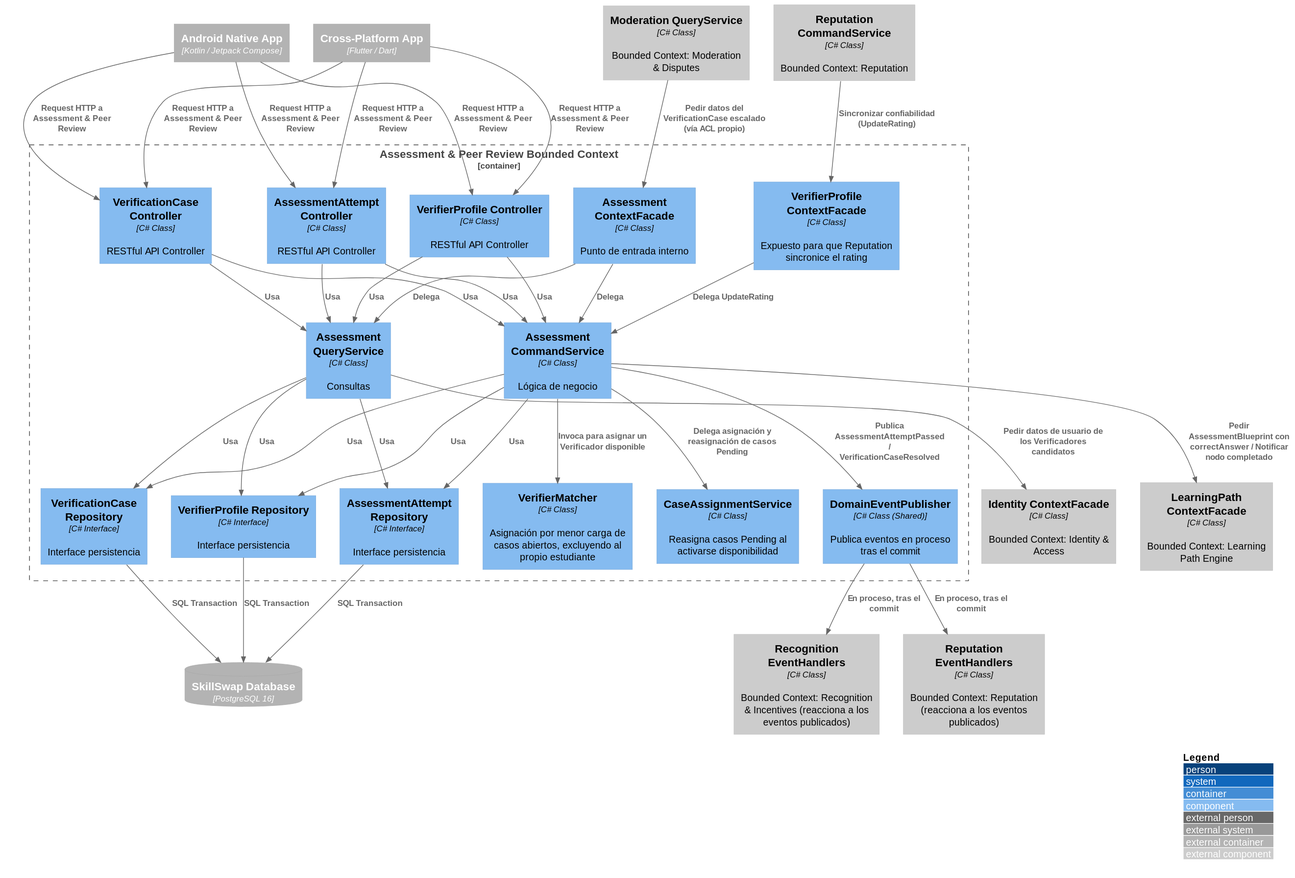
Aplicaciones-Dispositivos-Moviles/SkillSwap-ProjectReport keeps this PlantUML diagram as images-doc/AssessmentPeerReviewComponent.svg. Above is the earlier version.
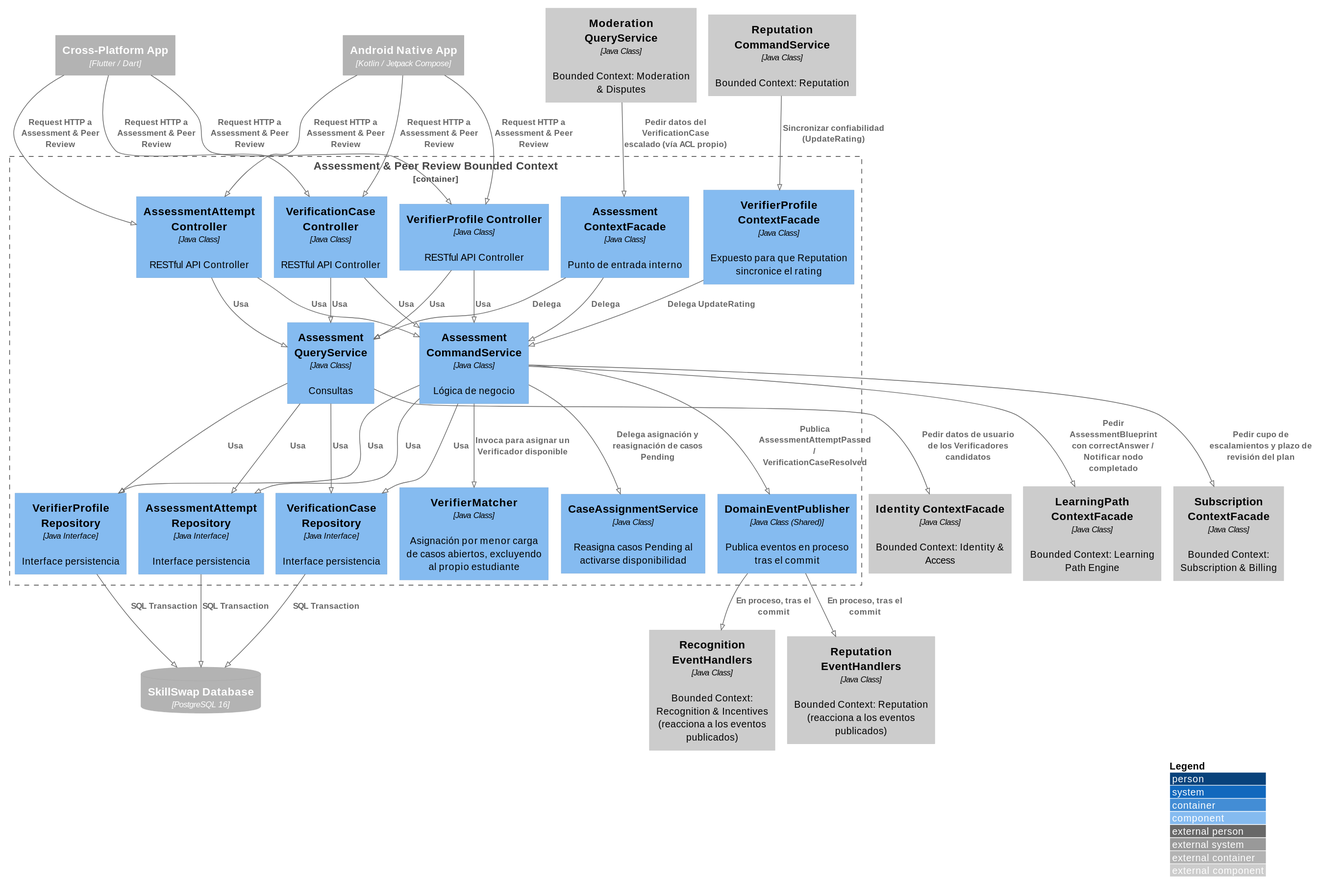
After the commit.

Diff of the diagram source:
```diff
@@ -1,4 +1,5 @@
 @startuml
+!pragma layout smetana
 !include https://raw.githubusercontent.com/plantuml-stdlib/C4-PlantUML/master/C4_Component.puml
 
 LAYOUT_WITH_LEGEND()
@@ -8,27 +9,28 @@
 ContainerDb_Ext(mainDB, "SkillSwap Database", "PostgreSQL 16")
 
 Container_Boundary(assessmentBC, "Assessment & Peer Review Bounded Context") {
-    Component(assessmentAttemptController, "AssessmentAttempt Controller", "C# Class", "RESTful API Controller")
-    Component(verificationCaseController, "VerificationCase Controller", "C# Class", "RESTful API Controller")
-    Component(verifierProfileController, "VerifierProfile Controller", "C# Class", "RESTful API Controller")
-    Component(assessmentCommandService, "Assessment CommandService", "C# Class", "Lógica de negocio")
-    Component(assessmentQueryService, "Assessment QueryService", "C# Class", "Consultas")
-    Component(verifierMatcher, "VerifierMatcher", "C# Class", "Asignación por menor carga de casos abiertos, excluyendo al propio estudiante")
-    Component(caseAssignmentService, "CaseAssignmentService", "C# Class", "Reasigna casos Pending al activarse disponibilidad")
-    Component(attemptRepository, "AssessmentAttempt Repository", "C# Interface", "Interface persistencia")
-    Component(verifierProfileRepository, "VerifierProfile Repository", "C# Interface", "Interface persistencia")
-    Component(caseRepository, "VerificationCase Repository", "C# Interface", "Interface persistencia")
-    Component(domainEventPublisher, "DomainEventPublisher", "C# Class (Shared)", "Publica eventos en proceso tras el commit")
-    Component(assessmentContextFacade, "Assessment ContextFacade", "C# Class", "Punto de entrada interno")
-    Component(verifierProfileContextFacade, "VerifierProfile ContextFacade", "C# Class", "Expuesto para que Reputation sincronice el rating")
+    Component(assessmentAttemptController, "AssessmentAttempt Controller", "Java Class", "RESTful API Controller")
+    Component(verificationCaseController, "VerificationCase Controller", "Java Class", "RESTful API Controller")
+    Component(verifierProfileController, "VerifierProfile Controller", "Java Class", "RESTful API Controller")
+    Component(assessmentCommandService, "Assessment CommandService", "Java Class", "Lógica de negocio")
+    Component(assessmentQueryService, "Assessment QueryService", "Java Class", "Consultas")
+    Component(verifierMatcher, "VerifierMatcher", "Java Class", "Asignación por menor carga de casos abiertos, excluyendo al propio estudiante")
+    Component(caseAssignmentService, "CaseAssignmentService", "Java Class", "Reasigna casos Pending al activarse disponibilidad")
+    Component(attemptRepository, "AssessmentAttempt Repository", "Java Interface", "Interface persistencia")
+    Component(verifierProfileRepository, "VerifierProfile Repository", "Java Interface", "Interface persistencia")
+    Component(caseRepository, "VerificationCase Repository", "Java Interface", "Interface persistencia")
+    Component(domainEventPublisher, "DomainEventPublisher", "Java Class (Shared)", "Publica eventos en proceso tras el commit")
+    Component(assessmentContextFacade, "Assessment ContextFacade", "Java Class", "Punto de entrada interno")
+    Component(verifierProfileContextFacade, "VerifierProfile ContextFacade", "Java Class", "Expuesto para que Reputation sincronice el rating")
 }
 
-Component_Ext(pathEngineContextFacade, "LearningPath ContextFacade", "C# Class", "Bounded Context: Learning Path Engine")
-Component_Ext(identityContextFacade, "Identity ContextFacade", "C# Class", "Bounded Context: Identity & Access")
-Component_Ext(reputationCommandService, "Reputation CommandService", "C# Class", "Bounded Context: Reputation")
-Component_Ext(reputationEventHandlers, "Reputation EventHandlers", "C# Class", "Bounded Context: Reputation (reacciona a los eventos publicados)")
-Component_Ext(recognitionEventHandlers, "Recognition EventHandlers", "C# Class", "Bounded Context: Recognition & Incentives (reacciona a los eventos publicados)")
-Component_Ext(moderationQueryService, "Moderation QueryService", "C# Class", "Bounded Context: Moderation & Disputes")
+Component_Ext(pathEngineContextFacade, "LearningPath ContextFacade", "Java Class", "Bounded Context: Learning Path Engine")
+Component_Ext(identityContextFacade, "Identity ContextFacade", "Java Class", "Bounded Context: Identity & Access")
+Component_Ext(reputationCommandService, "Reputation CommandService", "Java Class", "Bounded Context: Reputation")
+Component_Ext(reputationEventHandlers, "Reputation EventHandlers", "Java Class", "Bounded Context: Reputation (reacciona a los eventos publicados)")
+Component_Ext(recognitionEventHandlers, "Recognition EventHandlers", "Java Class", "Bounded Context: Recognition & Incentives (reacciona a los eventos publicados)")
+Component_Ext(moderationQueryService, "Moderation QueryService", "Java Class", "Bounded Context: Moderation & Disputes")
+Component_Ext(subscriptionContextFacade, "Subscription ContextFacade", "Java Class", "Bounded Context: Subscription & Billing")
 
 Rel(androidApp, assessmentAttemptController, "Request HTTP a Assessment & Peer Review")
 Rel(flutterApp, assessmentAttemptController, "Request HTTP a Assessment & Peer Review")
@@ -59,6 +61,7 @@
 Rel(assessmentCommandService, caseAssignmentService, "Delega asignación y reasignación de casos Pending")
 
 Rel(assessmentCommandService, pathEngineContextFacade, "Pedir AssessmentBlueprint con correctAnswer / Notificar nodo completado")
+Rel(assessmentCommandService, subscriptionContextFacade, "Pedir cupo de escalamientos y plazo de revisión del plan")
 Rel(assessmentQueryService, identityContextFacade, "Pedir datos de usuario de los Verificadores candidatos")
 
 Rel(assessmentCommandService, domainEventPublisher, "Publica AssessmentAttemptPassed / VerificationCaseResolved")
```
